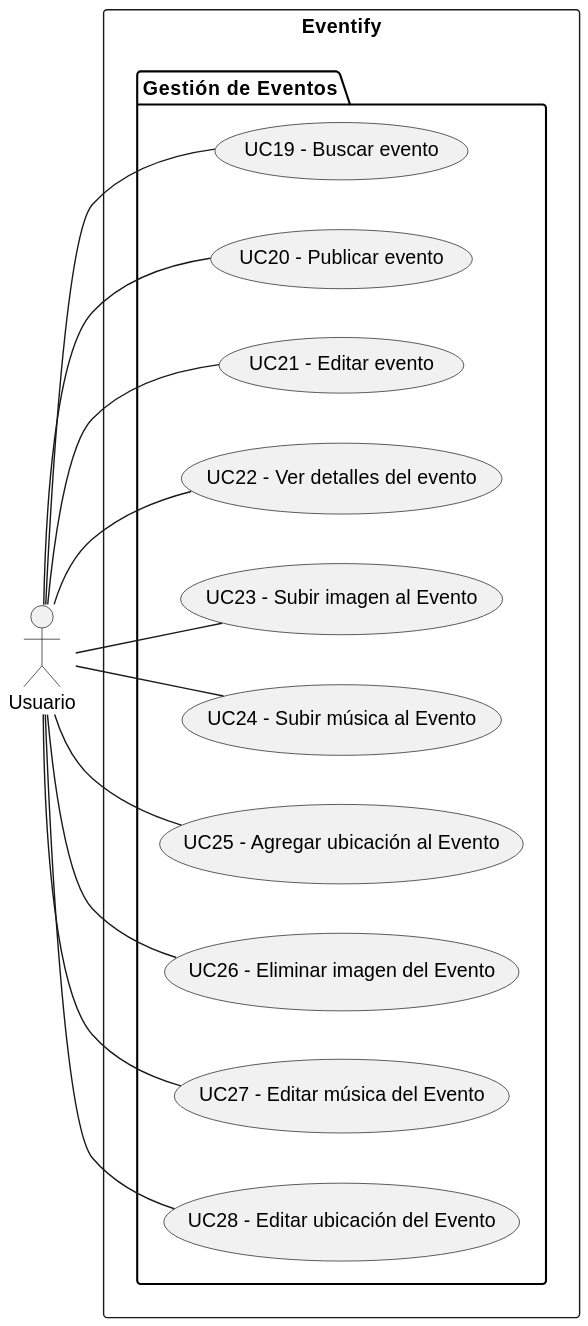
valeraruggierotesisucv/tesis-frameworks-mobile-diagrams keeps this PlantUML diagram as Requisitos/Casos de Uso/diagramas/UseCaseDiagramEventsManagement.svg. Above is the earlier version. Its diagram source:
```plantuml
@startuml
    left to right direction
    actor "Usuario" as usuario
    rectangle "Eventify" {
        package "Gestión de Eventos" {
            usecase "UC19 - Buscar evento" as buscarEvento
            usecase "UC20 - Publicar evento" as publicarEvento
            usecase "UC21 - Editar evento" as editarEvento
            usecase "UC22 - Ver detalles del evento" as verDetallesEvento
            usecase "UC23 - Subir imagen al Evento" as subirImagenEvento
            usecase "UC24 - Subir música al Evento" as subirMusicaEvento
            usecase "UC25 - Agregar ubicación al Evento" as agregarUbicacionEvento
            usecase "UC26 - Eliminar imagen del Evento" as eliminarImagenEvento
            usecase "UC27 - Editar música del Evento" as editarMusicaEvento
            usecase "UC28 - Editar ubicación del Evento" as editarUbicacionEvento
        }
    }

    usuario -- buscarEvento
    usuario -- publicarEvento
    usuario -- editarEvento
    usuario -- verDetallesEvento
    usuario -- subirImagenEvento
    usuario -- subirMusicaEvento
    usuario -- agregarUbicacionEvento
    usuario -- eliminarImagenEvento
    usuario -- editarMusicaEvento
    usuario -- editarUbicacionEvento
@enduml
```
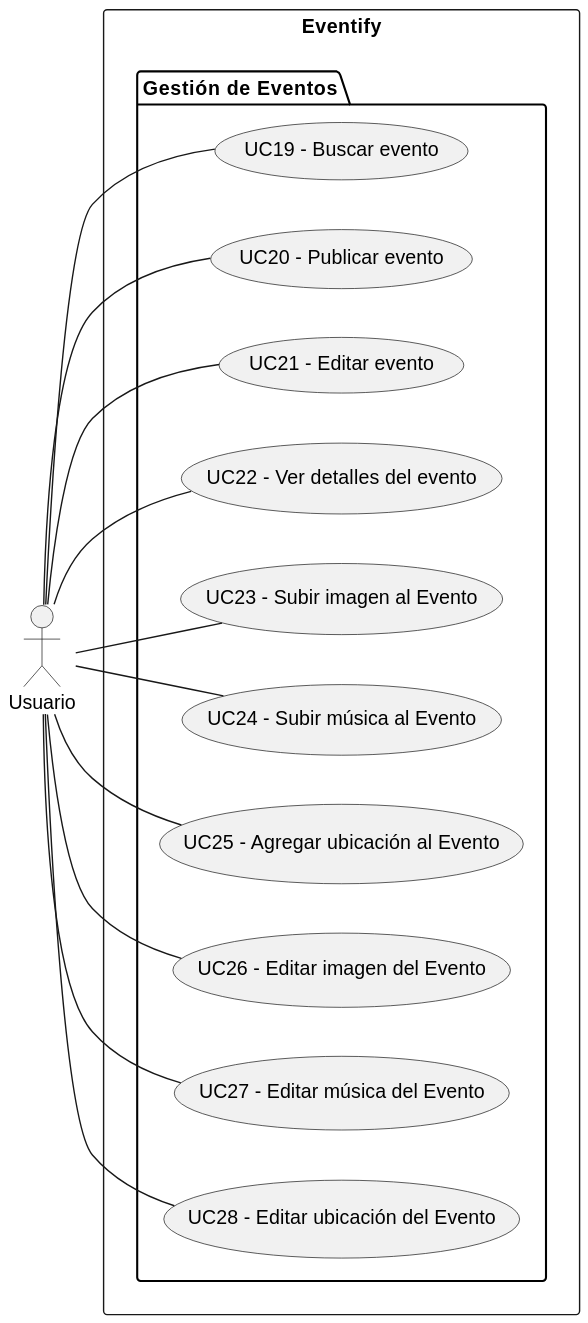
Above is the later version.

Commit message:
Correcciones de UC-Eliminar Imagen a UC-Editar Imagen

Diff of the diagram source:
```diff
@@ -10,7 +10,7 @@
             usecase "UC23 - Subir imagen al Evento" as subirImagenEvento
             usecase "UC24 - Subir música al Evento" as subirMusicaEvento
             usecase "UC25 - Agregar ubicación al Evento" as agregarUbicacionEvento
-            usecase "UC26 - Eliminar imagen del Evento" as eliminarImagenEvento
+            usecase "UC26 - Editar imagen del Evento" as eliminarImagenEvento
             usecase "UC27 - Editar música del Evento" as editarMusicaEvento
             usecase "UC28 - Editar ubicación del Evento" as editarUbicacionEvento
         }
```
